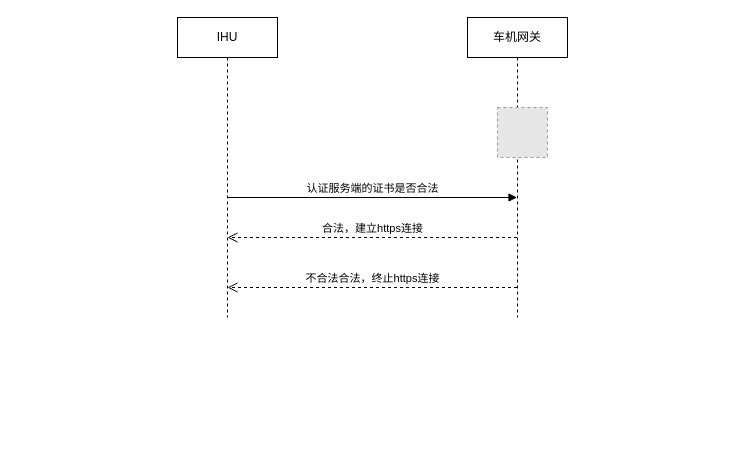
liuyunlong1229/aaa keeps this draw.io diagram as ArchitectureDiagram/Untitled Diagram.drawio. Above is the earlier version. Source tidied: cells renumbered, new cells numbered last; positions are measured from the earlier drawing's top-left corner, leaving out a move shared by most shapes. Both pictures are drawn from the tidied source at 100%, with x=0, y=0 at pixel (177, 17). Pictures stored in the file or linked from it are replaced by grey dashed boxes.
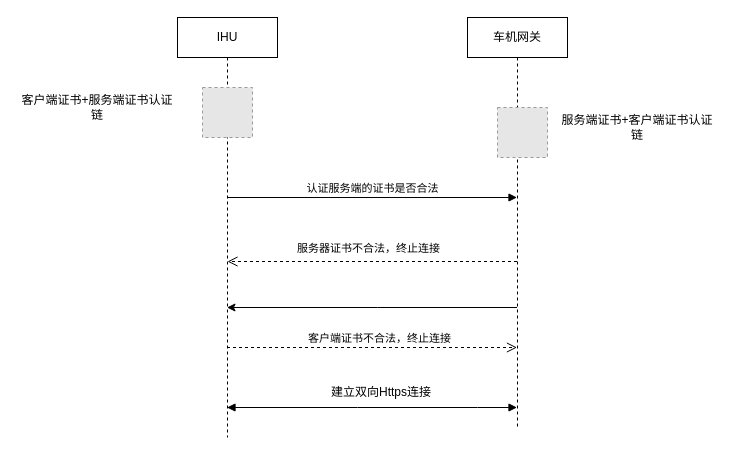
After the change.

What changed in the source:
```diff
@@
     <mxCell id="2" value="IHU" style="shape=umlLifeline;perimeter=lifelinePerimeter;whiteSpace=wrap;html=1;outlineConnect=0;" parent="1" vertex="1">
-      <mxGeometry width="100" height="300" as="geometry" />
+      <mxGeometry width="100" height="420" as="geometry" />
     </mxCell>
@@
-    <mxCell id="4" value="合法，建立https连接" style="html=1;verticalAlign=bottom;endArrow=open;dashed=1;endSize=8;rounded=0;" parent="2" edge="1" source="5">
-      <mxGeometry relative="1" as="geometry">
-        <mxPoint x="50" y="220" as="targetPoint" />
-      </mxGeometry>
-    </mxCell>
+    <mxCell id="8" style="fillColor=#E6E6E6;strokeColor=#999999;dashed=1;html=1;verticalAlign=top;verticalLabelPosition=bottom;labelBackgroundColor=#ffffff;" parent="2" vertex="1">
+      <mxGeometry x="25" y="70" width="50" height="50" as="geometry" />
+    </mxCell>
     <mxCell id="5" value="车机网关" style="shape=umlLifeline;perimeter=lifelinePerimeter;whiteSpace=wrap;html=1;outlineConnect=0;" parent="1" vertex="1">
-      <mxGeometry x="290" width="100" height="300" as="geometry" />
+      <mxGeometry x="290" width="100" height="410" as="geometry" />
     </mxCell>
@@
-    <mxCell id="7" value="不合法合法，终止https连接" style="html=1;verticalAlign=bottom;endArrow=open;dashed=1;endSize=8;rounded=0;" parent="1" edge="1">
-      <mxGeometry relative="1" as="geometry">
-        <mxPoint x="339.5" y="270" as="sourcePoint" />
-        <mxPoint x="50" y="270" as="targetPoint" />
+    <mxCell id="7" value="服务器证书不合法，终止连接" style="html=1;verticalAlign=bottom;endArrow=open;dashed=1;endSize=8;rounded=0;" parent="1" edge="1">
+      <mxGeometry x="0.03" y="-4" relative="1" as="geometry">
+        <mxPoint x="339.5" y="244" as="sourcePoint" />
+        <mxPoint x="50" y="244" as="targetPoint" />
       </mxGeometry>
     </mxCell>
+    <mxCell id="9" value="客户端证书+服务端证书认证链" style="text;html=1;strokeColor=none;fillColor=none;align=center;verticalAlign=middle;whiteSpace=wrap;rounded=0;" parent="1" vertex="1">
+      <mxGeometry x="-160" y="70" width="160" height="40" as="geometry" />
+    </mxCell>
+    <mxCell id="10" value="服务端证书+客户端证书认证链" style="text;html=1;strokeColor=none;fillColor=none;align=center;verticalAlign=middle;whiteSpace=wrap;rounded=0;" parent="1" vertex="1">
+      <mxGeometry x="380" y="90" width="160" height="40" as="geometry" />
+    </mxCell>
+    <mxCell id="11" value="客户端证书不合法，终止连接" style="html=1;verticalAlign=bottom;endArrow=open;dashed=1;endSize=8;rounded=0;" parent="1" edge="1" source="2" target="5">
+      <mxGeometry x="0.04" relative="1" as="geometry">
+        <Array as="points">
+          <mxPoint x="280" y="330" />
+        </Array>
+        <mxPoint x="1" as="offset" />
+      </mxGeometry>
+    </mxCell>
+    <mxCell id="12" style="endArrow=block;startArrow=block;endFill=1;startFill=1;html=1;rounded=0;" parent="1" edge="1" source="2" target="5">
+      <mxGeometry relative="1" as="geometry">
+        <Array as="points">
+          <mxPoint x="180" y="390" />
+          <mxPoint x="300" y="390" />
+        </Array>
+      </mxGeometry>
+    </mxCell>
+    <mxCell id="13" value="建立双向Https连接" style="text;html=1;strokeColor=none;fillColor=none;align=center;verticalAlign=middle;whiteSpace=wrap;rounded=0;" parent="1" vertex="1">
+      <mxGeometry x="139" y="360" width="130" height="30" as="geometry" />
+    </mxCell>
+    <mxCell id="14" style="endArrow=classic;html=1;rounded=0;" parent="1" edge="1" source="5" target="2">
+      <mxGeometry relative="1" as="geometry">
+        <Array as="points">
+          <mxPoint x="340" y="290" />
+          <mxPoint x="200" y="290" />
+        </Array>
+      </mxGeometry>
+    </mxCell>
```
